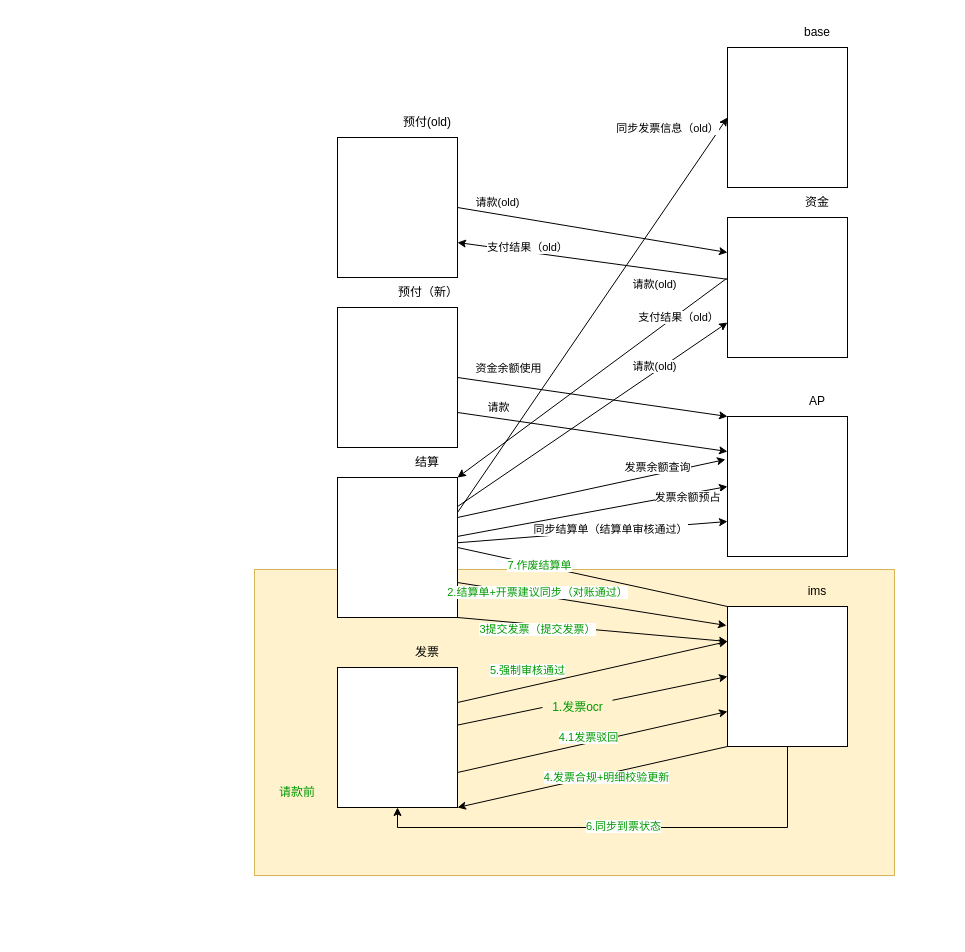
Above: page "Page-2" (2 of 3) of 预付流程.drawio in clinkz/whatgithubis (draw.io), before the change. Source tidied: cells renumbered, new cells numbered last; positions are measured from the earlier drawing's top-left corner, leaving out a move shared by most shapes. Both pictures are drawn from the tidied source at 100%, with x=0, y=0 at pixel (254, 17).
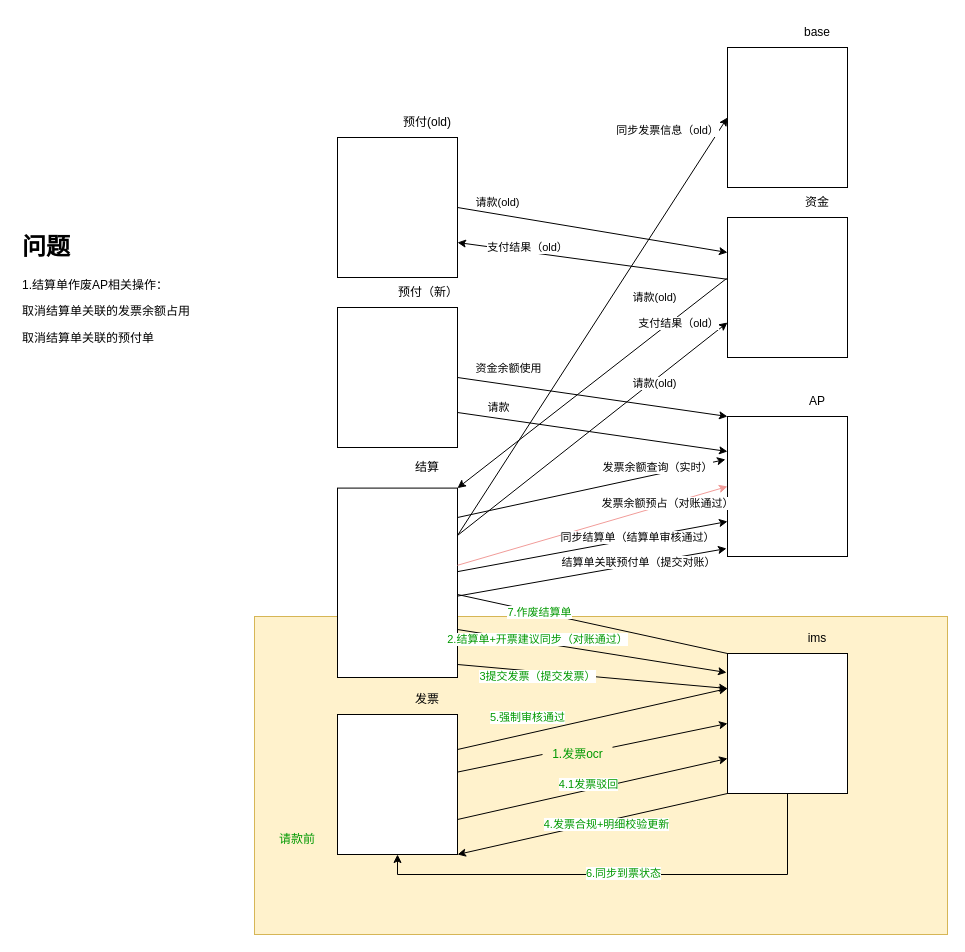
Above is the later version.

Unchanged cells that the change refers to:
```xml
<mxCell id="10" style="rounded=0;whiteSpace=wrap;html=1;" parent="9" vertex="1">
  <mxGeometry y="30" width="120" height="140" as="geometry" />
</mxCell>
<mxCell id="13" style="rounded=0;whiteSpace=wrap;html=1;" parent="12" vertex="1">
  <mxGeometry y="30" width="120" height="140" as="geometry" />
</mxCell>
<mxCell id="16" style="rounded=0;whiteSpace=wrap;html=1;" parent="15" vertex="1">
  <mxGeometry y="30" width="120" height="140" as="geometry" />
</mxCell>
<mxCell id="60" style="edgeStyle=none;rounded=0;jettySize=auto;html=1;entryX=0;entryY=0.75;entryDx=0;entryDy=0;fontColor=#000000;startArrow=none;startFill=0;endArrow=classic;endFill=1;" parent="1" edge="1" source="7" target="16">
  <mxGeometry relative="1" as="geometry" />
</mxCell>
```

Diff of the diagram source:
```diff
@@
     <mxCell id="2" style="rounded=0;whiteSpace=wrap;html=1;shadow=0;fillColor=#fff2cc;strokeColor=#d6b656;" parent="1" vertex="1">
-      <mxGeometry y="552" width="640" height="306" as="geometry" />
+      <mxGeometry y="599" width="693" height="318" as="geometry" />
     </mxCell>
@@
     <mxCell id="6" style="group;" parent="1" vertex="1">
-      <mxGeometry x="83" y="430" width="120" height="170" as="geometry" />
+      <mxGeometry x="83" y="430" width="120" height="230" as="geometry" />
     </mxCell>
     <mxCell id="7" style="rounded=0;whiteSpace=wrap;html=1;" parent="6" vertex="1">
-      <mxGeometry y="30" width="120" height="140" as="geometry" />
+      <mxGeometry y="40.6" width="120" height="189.4" as="geometry" />
     </mxCell>
     <mxCell id="8" value="结算" style="text;html=1;strokeColor=none;fillColor=none;align=center;verticalAlign=middle;whiteSpace=wrap;rounded=0;" parent="6" vertex="1">
-      <mxGeometry x="60" width="60" height="30" as="geometry" />
+      <mxGeometry x="60" width="60" height="40.6" as="geometry" />
     </mxCell>
     <mxCell id="9" style="group;" parent="1" vertex="1">
-      <mxGeometry x="83" y="620" width="120" height="170" as="geometry" />
+      <mxGeometry x="83" y="667" width="120" height="170" as="geometry" />
     </mxCell>
@@
     <mxCell id="12" style="group;" parent="1" vertex="1">
-      <mxGeometry x="473" y="559" width="120" height="170" as="geometry" />
+      <mxGeometry x="473" y="606" width="120" height="170" as="geometry" />
     </mxCell>
@@
-    <mxCell id="26" style="edgeStyle=none;rounded=0;jettySize=auto;html=1;endArrow=classic;endFill=1;exitX=1;exitY=0.75;exitDx=0;exitDy=0;entryX=-0.008;entryY=0.136;entryDx=0;entryDy=0;entryPerimeter=0;fontColor=#009900;" parent="1" edge="1" source="7" target="13">
-      <mxGeometry relative="1" as="geometry" />
+    <mxCell id="26" style="edgeStyle=none;rounded=0;jettySize=auto;html=1;endArrow=classic;endFill=1;exitX=1;exitY=0.75;exitDx=0;exitDy=0;entryX=-0.008;entryY=0.136;entryDx=0;entryDy=0;entryPerimeter=0;fontColor=#009900;" parent="1" edge="1" target="13">
+      <mxGeometry relative="1" as="geometry">
+        <mxPoint x="203" y="612" as="sourcePoint" />
+      </mxGeometry>
     </mxCell>
@@
-    <mxCell id="33" value="3提交发票（提交发票）" style="edgeStyle=none;rounded=0;jettySize=auto;html=1;entryX=1;entryY=1;entryDx=0;entryDy=0;endArrow=none;endFill=0;exitX=0;exitY=0.25;exitDx=0;exitDy=0;fontColor=#009900;startArrow=classic;startFill=1;" parent="1" edge="1" source="13" target="7">
-      <mxGeometry x="0.4" y="5" relative="1" as="geometry" />
+    <mxCell id="33" value="3提交发票（提交发票）" style="edgeStyle=none;rounded=0;jettySize=auto;html=1;entryX=1;entryY=1;entryDx=0;entryDy=0;endArrow=none;endFill=0;exitX=0;exitY=0.25;exitDx=0;exitDy=0;fontColor=#009900;startArrow=classic;startFill=1;" parent="1" edge="1" source="13">
+      <mxGeometry x="0.4" y="5" relative="1" as="geometry">
+        <mxPoint x="203" y="647" as="targetPoint" />
+      </mxGeometry>
     </mxCell>
@@
-    <mxCell id="41" value="发票余额预占" style="edgeStyle=none;rounded=0;jettySize=auto;html=1;entryX=0;entryY=0.5;entryDx=0;entryDy=0;endArrow=classic;endFill=1;" parent="1" edge="1" source="7" target="16">
-      <mxGeometry x="0.7" y="-4" relative="1" as="geometry" />
+    <mxCell id="41" value="发票余额预占（对账通过）" style="edgeStyle=none;rounded=0;jettySize=auto;html=1;entryX=0;entryY=0.5;entryDx=0;entryDy=0;endArrow=classic;endFill=1;strokeColor=#F19C99;" parent="1" edge="1" source="7" target="16">
+      <mxGeometry x="0.56" relative="1" as="geometry" />
     </mxCell>
     <mxCell id="42" value="1.发票ocr" style="text;html=1;align=center;verticalAlign=middle;points=[];strokeColor=none;fillColor=none;fontColor=#009900;" parent="1" vertex="1">
-      <mxGeometry x="288" y="680" width="70" height="20" as="geometry" />
+      <mxGeometry x="288" y="727" width="70" height="20" as="geometry" />
     </mxCell>
@@
     <mxCell id="44" style="edgeStyle=orthogonalEdgeStyle;rounded=0;jettySize=auto;html=1;fontColor=#009900;endArrow=classic;endFill=1;" parent="1" edge="1" source="13" target="10">
       <mxGeometry relative="1" as="geometry">
         <Array as="points">
-          <mxPoint x="533" y="810" />
-          <mxPoint x="143" y="810" />
+          <mxPoint x="533" y="857" />
+          <mxPoint x="143" y="857" />
         </Array>
       </mxGeometry>
     </mxCell>
@@
     <mxCell id="46" value="请款前" style="text;html=1;strokeColor=none;fillColor=none;align=center;verticalAlign=middle;whiteSpace=wrap;rounded=0;shadow=0;fontColor=#009900;" parent="1" vertex="1">
-      <mxGeometry x="13" y="760" width="60" height="30" as="geometry" />
+      <mxGeometry x="13" y="807" width="60" height="30" as="geometry" />
     </mxCell>
-    <mxCell id="47" style="edgeStyle=none;rounded=0;jettySize=auto;html=1;entryX=0;entryY=0;entryDx=0;entryDy=0;endArrow=none;endFill=1;exitX=1;exitY=0.5;exitDx=0;exitDy=0;" parent="1" edge="1" source="7" target="13">
-      <mxGeometry relative="1" as="geometry" />
+    <mxCell id="47" style="edgeStyle=none;rounded=0;jettySize=auto;html=1;entryX=0;entryY=0;entryDx=0;entryDy=0;endArrow=none;endFill=1;exitX=1;exitY=0.5;exitDx=0;exitDy=0;" parent="1" edge="1" target="13">
+      <mxGeometry relative="1" as="geometry">
+        <mxPoint x="203" y="577" as="sourcePoint" />
+      </mxGeometry>
     </mxCell>
@@
-    <mxCell id="59" value="发票余额查询" style="edgeStyle=none;rounded=0;jettySize=auto;html=1;entryX=-0.017;entryY=0.307;entryDx=0;entryDy=0;endArrow=classic;endFill=1;entryPerimeter=0;" parent="1" edge="1" target="16">
+    <mxCell id="59" value="发票余额查询（实时）" style="edgeStyle=none;rounded=0;jettySize=auto;html=1;entryX=-0.017;entryY=0.307;entryDx=0;entryDy=0;endArrow=classic;endFill=1;entryPerimeter=0;" parent="1" edge="1" target="16">
       <mxGeometry x="0.5" y="7" relative="1" as="geometry">
         <mxPoint x="203" y="500" as="sourcePoint" />
       </mxGeometry>
     </mxCell>
@@
     <mxCell id="61" value="同步结算单（结算单审核通过）" style="edgeLabel;html=1;align=center;verticalAlign=middle;fontColor=#000000;" parent="60" vertex="1">
-      <mxGeometry x="0.13" y="2" relative="1" as="geometry" />
+      <mxGeometry x="0.13" y="2" relative="1" as="geometry">
+        <mxPoint x="27" y="-4" as="offset" />
+      </mxGeometry>
     </mxCell>
+    <mxCell id="62" style="edgeStyle=none;rounded=0;jettySize=auto;html=1;entryX=-0.008;entryY=0.943;entryDx=0;entryDy=0;entryPerimeter=0;fontColor=#000000;startArrow=none;startFill=0;endArrow=classic;endFill=1;" parent="1" edge="1" target="16">
+      <mxGeometry relative="1" as="geometry">
+        <mxPoint x="203" y="578.6" as="sourcePoint" />
+      </mxGeometry>
+    </mxCell>
+    <mxCell id="63" value="结算单关联预付单（提交对账）" style="edgeLabel;html=1;align=center;verticalAlign=middle;fontColor=#000000;" parent="62" vertex="1">
+      <mxGeometry x="0.47" y="-2" relative="1" as="geometry">
+        <mxPoint x="-18" y="-1" as="offset" />
+      </mxGeometry>
+    </mxCell>
+    <mxCell id="64" value="&lt;h1&gt;问题&lt;/h1&gt;&lt;p&gt;1.结算单作废AP相关操作：&lt;/p&gt;&lt;p&gt;取消结算单关联的发票余额占用&lt;/p&gt;&lt;p&gt;取消结算单关联的预付单&lt;/p&gt;&lt;p&gt;&lt;br&gt;&lt;/p&gt;" style="text;html=1;strokeColor=none;fillColor=none;spacing=5;spacingTop=-20;whiteSpace=wrap;overflow=hidden;rounded=0;shadow=0;fontColor=#000000;" parent="1" vertex="1">
+      <mxGeometry x="-237" y="210" width="190" height="120" as="geometry" />
+    </mxCell>
```
